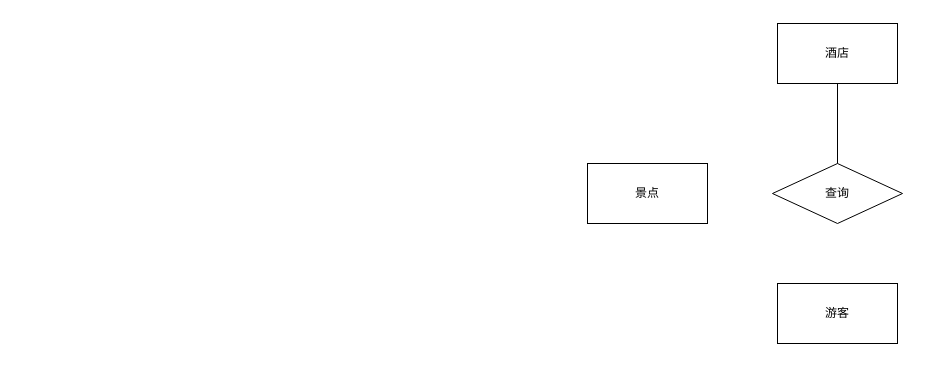
Earlier version of the draw.io diagram 未命名绘图.drawio (66Coding/diagrams). Source tidied: cells renumbered, new cells numbered last; positions are measured from the earlier drawing's top-left corner, leaving out a move shared by most shapes. Both pictures are drawn from the tidied source at 100%, with x=0, y=0 at pixel (587, 23).
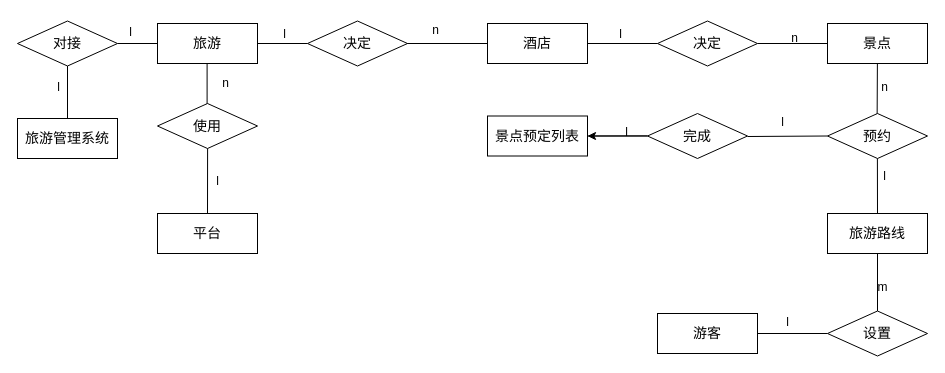
Above is the later version.

The edit, as a diff of the source:
```diff
@@
-    <mxCell id="2" value="游客" style="rounded=0;whiteSpace=wrap;html=1;" parent="1" vertex="1">
-      <mxGeometry x="190" y="260" width="120" height="60" as="geometry" />
+    <mxCell id="2" value="游客" style="rounded=0;whiteSpace=wrap;html=1;fontSize=14;" parent="1" vertex="1">
+      <mxGeometry x="70" y="290" width="100" height="40" as="geometry" />
     </mxCell>
-    <mxCell id="3" value="查询" style="rhombus;whiteSpace=wrap;html=1;" parent="1" vertex="1">
-      <mxGeometry x="185" y="140" width="130" height="60" as="geometry" />
-    </mxCell>
+    <mxCell id="7" style="endArrow=none;html=1;rounded=0;exitX=1;exitY=0.5;exitDx=0;exitDy=0;fontSize=14;" parent="1" edge="1" source="2">
+      <mxGeometry relative="1" as="geometry">
+        <mxPoint x="240" y="310" as="targetPoint" />
+      </mxGeometry>
+    </mxCell>
+    <mxCell id="8" value="设置" style="rhombus;whiteSpace=wrap;html=1;fontSize=14;" parent="1" vertex="1">
+      <mxGeometry x="240" y="287.5" width="100" height="45" as="geometry" />
+    </mxCell>
+    <mxCell id="9" style="endArrow=none;html=1;rounded=0;exitX=0.5;exitY=0;exitDx=0;exitDy=0;fontSize=14;" parent="1" edge="1" source="8">
+      <mxGeometry relative="1" as="geometry">
+        <mxPoint x="290" y="230" as="targetPoint" />
+      </mxGeometry>
+    </mxCell>
+    <mxCell id="10" style="endArrow=none;html=1;rounded=0;exitX=0.493;exitY=-0.104;exitDx=0;exitDy=0;exitPerimeter=0;fontSize=14;" parent="1" edge="1">
+      <mxGeometry relative="1" as="geometry">
+        <mxPoint x="289.6" y="100" as="sourcePoint" />
+        <mxPoint x="289.9" y="40" as="targetPoint" />
+      </mxGeometry>
+    </mxCell>
+    <mxCell id="11" value="预约" style="rhombus;whiteSpace=wrap;html=1;fontSize=14;" parent="1" vertex="1">
+      <mxGeometry x="240" y="90" width="100" height="45" as="geometry" />
+    </mxCell>
+    <mxCell id="12" value="旅游路线" style="rounded=0;whiteSpace=wrap;html=1;fontSize=14;" parent="1" vertex="1">
+      <mxGeometry x="240" y="190" width="100" height="40" as="geometry" />
+    </mxCell>
+    <mxCell id="13" style="endArrow=none;html=1;rounded=0;fontSize=14;" parent="1" edge="1">
+      <mxGeometry relative="1" as="geometry">
+        <mxPoint x="290" y="190" as="sourcePoint" />
+        <mxPoint x="289.9" y="135" as="targetPoint" />
+      </mxGeometry>
+    </mxCell>
+    <mxCell id="5" value="景点" style="rounded=0;whiteSpace=wrap;html=1;fontSize=14;" parent="1" vertex="1">
+      <mxGeometry x="240" width="100" height="40" as="geometry" />
+    </mxCell>
+    <mxCell id="14" style="endArrow=none;html=1;rounded=0;fontSize=14;" parent="1" edge="1">
+      <mxGeometry relative="1" as="geometry">
+        <mxPoint x="170" y="20" as="sourcePoint" />
+        <mxPoint x="240" y="20" as="targetPoint" />
+      </mxGeometry>
+    </mxCell>
+    <mxCell id="15" value="决定" style="rhombus;whiteSpace=wrap;html=1;fontSize=14;" parent="1" vertex="1">
+      <mxGeometry x="70" y="-2.5" width="100" height="45" as="geometry" />
+    </mxCell>
-    <mxCell id="4" value="酒店" style="rounded=0;whiteSpace=wrap;html=1;" parent="1" vertex="1">
-      <mxGeometry x="190" width="120" height="60" as="geometry" />
+    <mxCell id="4" value="酒店" style="rounded=0;whiteSpace=wrap;html=1;fontSize=14;" parent="1" vertex="1">
+      <mxGeometry x="-100" width="100" height="40" as="geometry" />
     </mxCell>
-    <mxCell id="5" value="景点" style="rounded=0;whiteSpace=wrap;html=1;" parent="1" vertex="1">
-      <mxGeometry y="140" width="120" height="60" as="geometry" />
-    </mxCell>
-    <mxCell id="6" style="endArrow=none;html=1;rounded=0;entryX=0.5;entryY=1;entryDx=0;entryDy=0;exitX=0.5;exitY=0;exitDx=0;exitDy=0;" parent="1" edge="1" source="3" target="4">
-      <mxGeometry relative="1" as="geometry" />
-    </mxCell>
+    <mxCell id="16" style="endArrow=none;html=1;rounded=0;entryX=0;entryY=0.5;entryDx=0;entryDy=0;fontSize=14;" parent="1" edge="1" target="15">
+      <mxGeometry relative="1" as="geometry">
+        <mxPoint y="20" as="sourcePoint" />
+      </mxGeometry>
+    </mxCell>
+    <mxCell id="17" style="endArrow=none;html=1;rounded=0;entryX=0;entryY=0.5;entryDx=0;entryDy=0;fontSize=14;" parent="1" edge="1" target="11">
+      <mxGeometry relative="1" as="geometry">
+        <mxPoint x="160" y="113" as="sourcePoint" />
+      </mxGeometry>
+    </mxCell>
+    <mxCell id="18" style="edgeStyle=orthogonalEdgeStyle;rounded=0;jettySize=auto;html=1;" parent="1" edge="1" source="19" target="20">
+      <mxGeometry relative="1" as="geometry" />
+    </mxCell>
+    <mxCell id="19" value="完成" style="rhombus;whiteSpace=wrap;html=1;fontSize=14;" parent="1" vertex="1">
+      <mxGeometry x="60" y="90" width="100" height="45" as="geometry" />
+    </mxCell>
+    <mxCell id="20" value="景点预定列表" style="rounded=0;whiteSpace=wrap;html=1;fontSize=14;" parent="1" vertex="1">
+      <mxGeometry x="-100" y="92.5" width="100" height="40" as="geometry" />
+    </mxCell>
+    <mxCell id="21" style="endArrow=none;html=1;rounded=0;entryX=0;entryY=0.5;entryDx=0;entryDy=0;exitX=1;exitY=0.5;exitDx=0;exitDy=0;fontSize=14;" parent="1" edge="1" source="20">
+      <mxGeometry relative="1" as="geometry">
+        <mxPoint x="60" y="112.4" as="targetPoint" />
+      </mxGeometry>
+    </mxCell>
+    <mxCell id="22" style="endArrow=none;html=1;rounded=0;entryX=0;entryY=0.5;entryDx=0;entryDy=0;fontSize=14;" parent="1" edge="1" target="4">
+      <mxGeometry relative="1" as="geometry">
+        <mxPoint x="-190" y="20" as="sourcePoint" />
+      </mxGeometry>
+    </mxCell>
+    <mxCell id="23" value="决定" style="rhombus;whiteSpace=wrap;html=1;fontSize=14;" parent="1" vertex="1">
+      <mxGeometry x="-280" y="-2.5" width="100" height="45" as="geometry" />
+    </mxCell>
+    <mxCell id="24" style="endArrow=none;html=1;rounded=0;entryX=0.5;entryY=1;entryDx=0;entryDy=0;fontSize=14;" parent="1" edge="1">
+      <mxGeometry relative="1" as="geometry">
+        <mxPoint x="-380.4" y="87.5" as="sourcePoint" />
+        <mxPoint x="-380.4" y="40" as="targetPoint" />
+      </mxGeometry>
+    </mxCell>
+    <mxCell id="25" value="使用" style="rhombus;whiteSpace=wrap;html=1;fontSize=14;" parent="1" vertex="1">
+      <mxGeometry x="-430" y="80" width="100" height="45" as="geometry" />
+    </mxCell>
+    <mxCell id="26" value="平台" style="rounded=0;whiteSpace=wrap;html=1;fontSize=14;" parent="1" vertex="1">
+      <mxGeometry x="-430" y="190" width="100" height="40" as="geometry" />
+    </mxCell>
+    <mxCell id="27" style="endArrow=none;html=1;rounded=0;exitX=0.5;exitY=0;exitDx=0;exitDy=0;fontSize=14;" parent="1" edge="1" source="26">
+      <mxGeometry relative="1" as="geometry">
+        <mxPoint x="-379.9" y="125" as="targetPoint" />
+      </mxGeometry>
+    </mxCell>
+    <mxCell id="28" style="endArrow=none;html=1;rounded=0;fontSize=14;" parent="1" edge="1">
+      <mxGeometry relative="1" as="geometry">
+        <mxPoint x="-330" y="20" as="sourcePoint" />
+        <mxPoint x="-280" y="20" as="targetPoint" />
+      </mxGeometry>
+    </mxCell>
+    <mxCell id="29" value="旅游" style="rounded=0;whiteSpace=wrap;html=1;fontSize=14;" parent="1" vertex="1">
+      <mxGeometry x="-430" width="100" height="40" as="geometry" />
+    </mxCell>
+    <mxCell id="30" style="endArrow=none;html=1;rounded=0;fontSize=14;" parent="1" edge="1">
+      <mxGeometry relative="1" as="geometry">
+        <mxPoint x="-470" y="20" as="sourcePoint" />
+        <mxPoint x="-430" y="20" as="targetPoint" />
+      </mxGeometry>
+    </mxCell>
+    <mxCell id="31" value="对接" style="rhombus;whiteSpace=wrap;html=1;fontSize=14;" parent="1" vertex="1">
+      <mxGeometry x="-570" y="-2.5" width="100" height="45" as="geometry" />
+    </mxCell>
+    <mxCell id="32" style="endArrow=none;html=1;rounded=0;fontSize=14;" parent="1" edge="1">
+      <mxGeometry relative="1" as="geometry">
+        <mxPoint x="-520" y="100" as="sourcePoint" />
+        <mxPoint x="-520" y="42.5" as="targetPoint" />
+      </mxGeometry>
+    </mxCell>
+    <mxCell id="33" value="旅游管理系统" style="rounded=0;whiteSpace=wrap;html=1;fontSize=14;" parent="1" vertex="1">
+      <mxGeometry x="-570" y="95" width="100" height="40" as="geometry" />
+    </mxCell>
+    <mxCell id="34" value="l" style="text;html=1;align=center;verticalAlign=middle;strokeColor=none;fillColor=none;" parent="1" vertex="1">
+      <mxGeometry x="189" y="286" width="21" height="26" as="geometry" />
+    </mxCell>
+    <mxCell id="35" value="m" style="text;html=1;align=center;verticalAlign=middle;strokeColor=none;fillColor=none;" parent="1" vertex="1">
+      <mxGeometry x="281" y="251" width="28" height="26" as="geometry" />
+    </mxCell>
+    <mxCell id="36" value="l" style="text;html=1;align=center;verticalAlign=middle;strokeColor=none;fillColor=none;" parent="1" vertex="1">
+      <mxGeometry x="286" y="140" width="21" height="26" as="geometry" />
+    </mxCell>
+    <mxCell id="37" value="n" style="text;html=1;align=center;verticalAlign=middle;strokeColor=none;fillColor=none;" parent="1" vertex="1">
+      <mxGeometry x="284" y="51" width="25" height="26" as="geometry" />
+    </mxCell>
+    <mxCell id="38" value="n" style="text;html=1;align=center;verticalAlign=middle;strokeColor=none;fillColor=none;" parent="1" vertex="1">
+      <mxGeometry x="194" y="2" width="25" height="26" as="geometry" />
+    </mxCell>
+    <mxCell id="39" value="l" style="text;html=1;align=center;verticalAlign=middle;strokeColor=none;fillColor=none;" parent="1" vertex="1">
+      <mxGeometry x="184" y="86" width="21" height="26" as="geometry" />
+    </mxCell>
+    <mxCell id="40" value="l" style="text;html=1;align=center;verticalAlign=middle;strokeColor=none;fillColor=none;" parent="1" vertex="1">
+      <mxGeometry x="28" y="96" width="21" height="26" as="geometry" />
+    </mxCell>
+    <mxCell id="41" value="l" style="text;html=1;align=center;verticalAlign=middle;strokeColor=none;fillColor=none;" parent="1" vertex="1">
+      <mxGeometry x="22" y="-2" width="21" height="26" as="geometry" />
+    </mxCell>
+    <mxCell id="42" value="n" style="text;html=1;align=center;verticalAlign=middle;strokeColor=none;fillColor=none;" parent="1" vertex="1">
+      <mxGeometry x="-165" y="-6" width="25" height="26" as="geometry" />
+    </mxCell>
+    <mxCell id="43" value="l" style="text;html=1;align=center;verticalAlign=middle;strokeColor=none;fillColor=none;" parent="1" vertex="1">
+      <mxGeometry x="-314" y="-2" width="21" height="26" as="geometry" />
+    </mxCell>
+    <mxCell id="44" value="l" style="text;html=1;align=center;verticalAlign=middle;strokeColor=none;fillColor=none;" parent="1" vertex="1">
+      <mxGeometry x="-468" y="-4" width="21" height="26" as="geometry" />
+    </mxCell>
+    <mxCell id="45" value="l" style="text;html=1;align=center;verticalAlign=middle;strokeColor=none;fillColor=none;" parent="1" vertex="1">
+      <mxGeometry x="-540" y="51" width="21" height="26" as="geometry" />
+    </mxCell>
+    <mxCell id="46" value="n" style="text;html=1;align=center;verticalAlign=middle;strokeColor=none;fillColor=none;" parent="1" vertex="1">
+      <mxGeometry x="-375" y="47" width="25" height="26" as="geometry" />
+    </mxCell>
+    <mxCell id="47" value="l" style="text;html=1;align=center;verticalAlign=middle;strokeColor=none;fillColor=none;" parent="1" vertex="1">
+      <mxGeometry x="-381" y="145" width="21" height="26" as="geometry" />
+    </mxCell>
```
